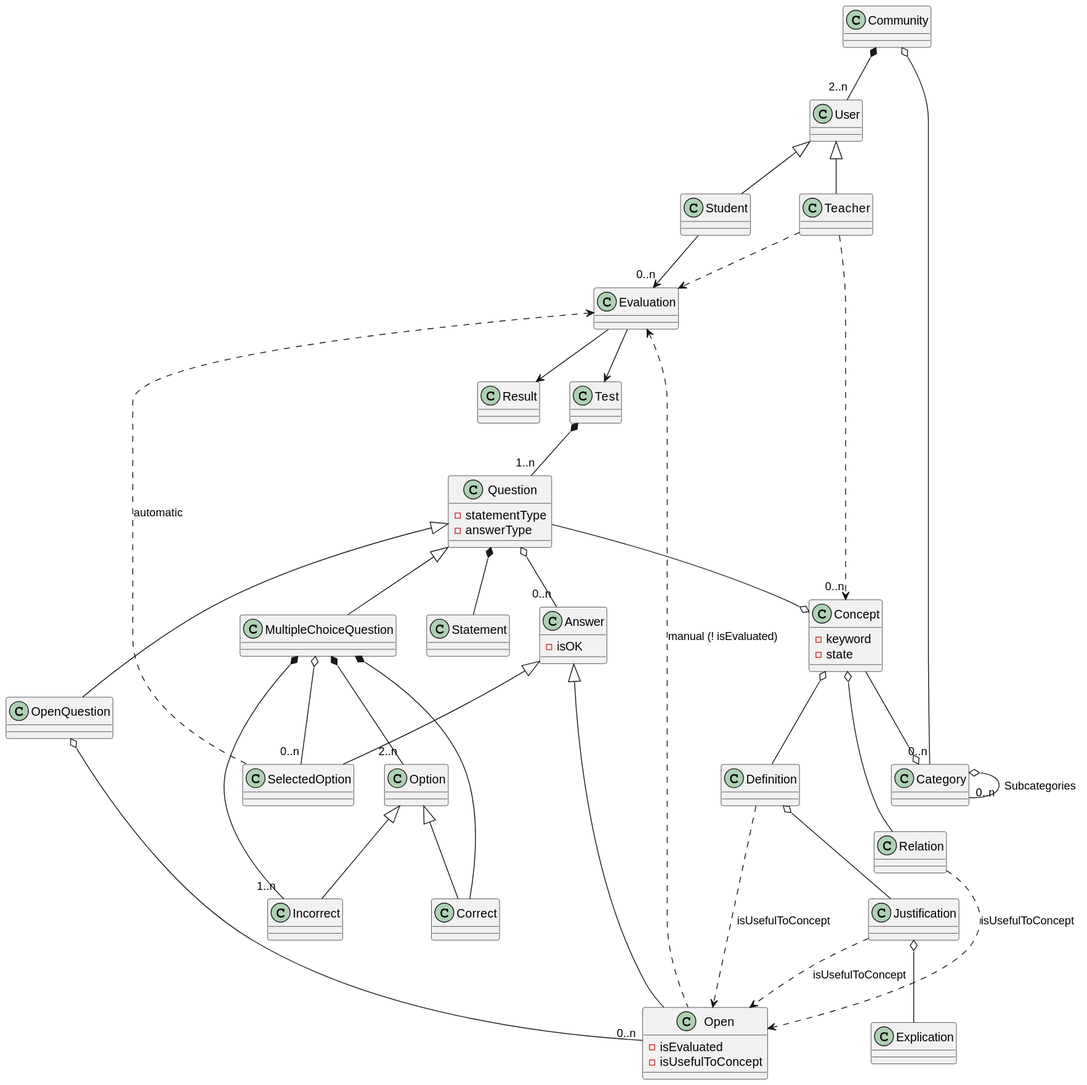
Before: out/doc/dominio_clases/OpoTestDomain.svg, a diagram exported from PlantUML (Joselon/ProyectoOpoTest).
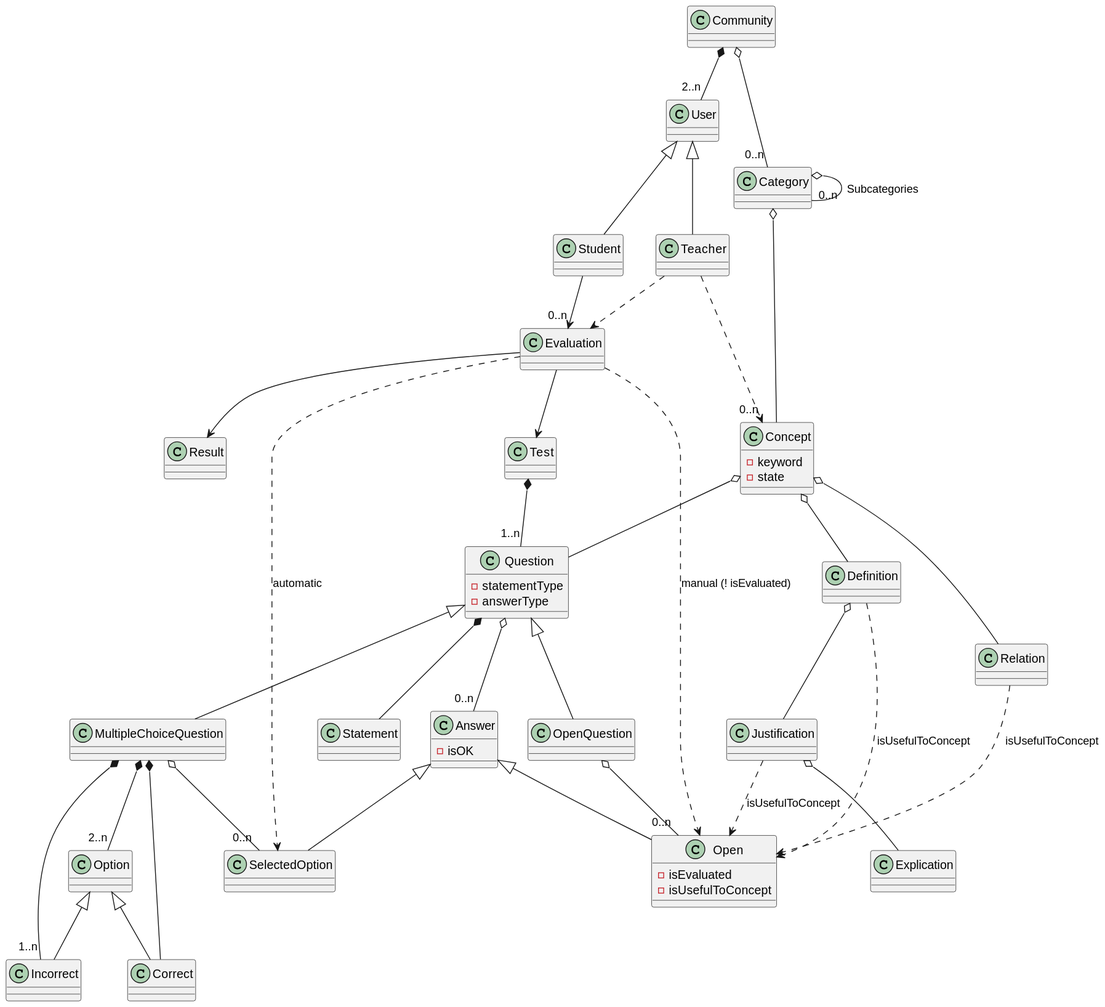
After the change.

The edit, as a diff of the source:
```diff
@@ -59,8 +59,8 @@
 User <|-- Student
 
 Teacher ..>"0..n" Concept
-Concept --o Category
-Question --o Concept
+Category o-- Concept
+Concept o-- Question
 Concept o-- Definition
 Definition o-- Justification
 Justification o-- Explication
@@ -75,8 +75,8 @@
 Justification ..> Open :isUsefulToConcept
 Relation ..> Open :isUsefulToConcept
 
-Evaluation <.. Open : manual (! isEvaluated)
-Evaluation <.. SelectedOption : automatic
+Evaluation ..> Open : manual (! isEvaluated)
+Evaluation ..> SelectedOption : automatic
 
 Test *--"1..n" Question
 Question <|-- MultipleChoiceQuestion
```
